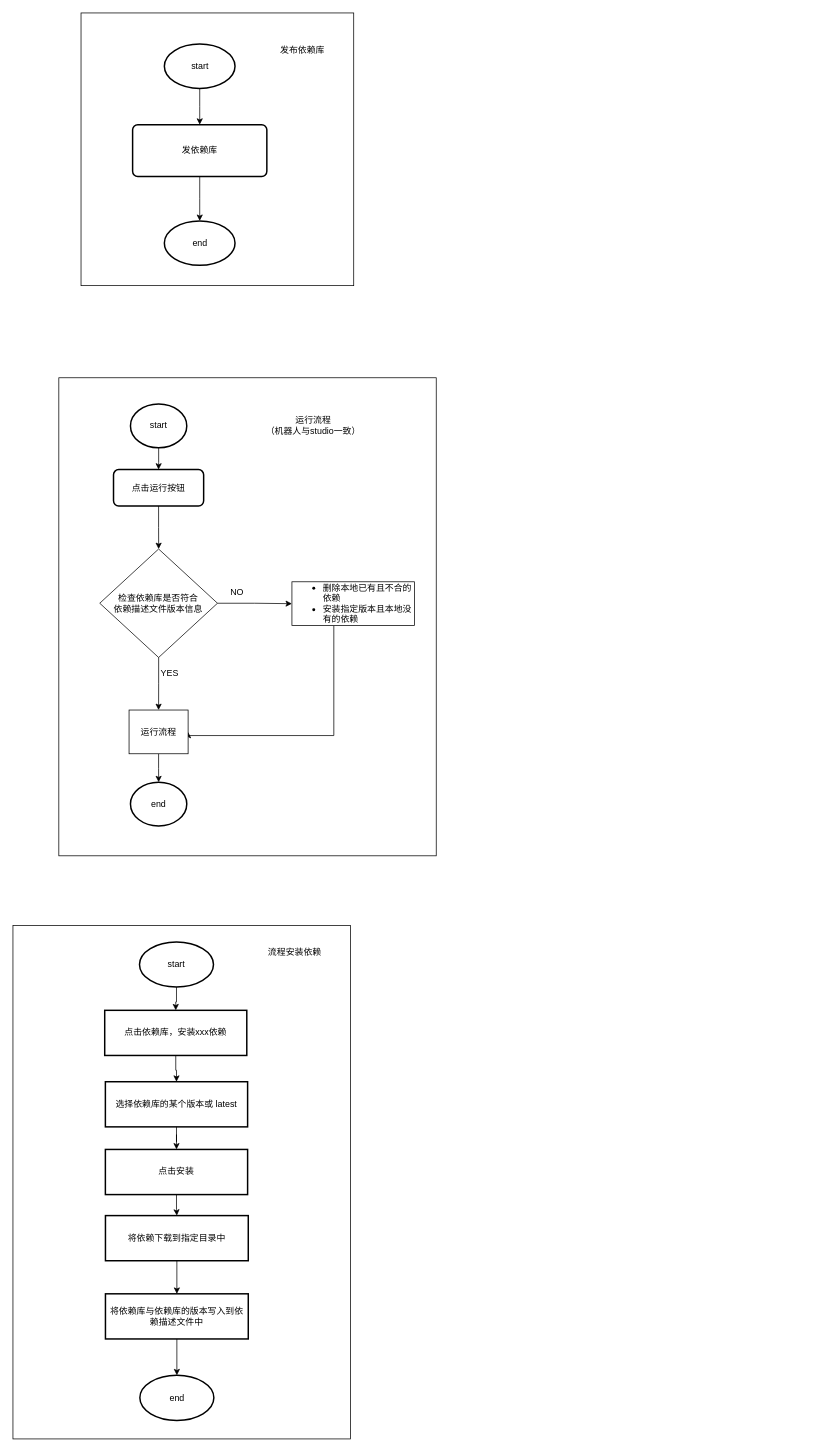
This is dg/交行依赖库更新流程.drawio from KevinBrother/draw, a draw.io file, before an edit. Source tidied: cells renumbered, new cells numbered last; positions are measured from the earlier drawing's top-left corner, leaving out a move shared by most shapes. Both pictures are drawn from the tidied source at 74%, with x=0, y=0 at pixel (13, 13).
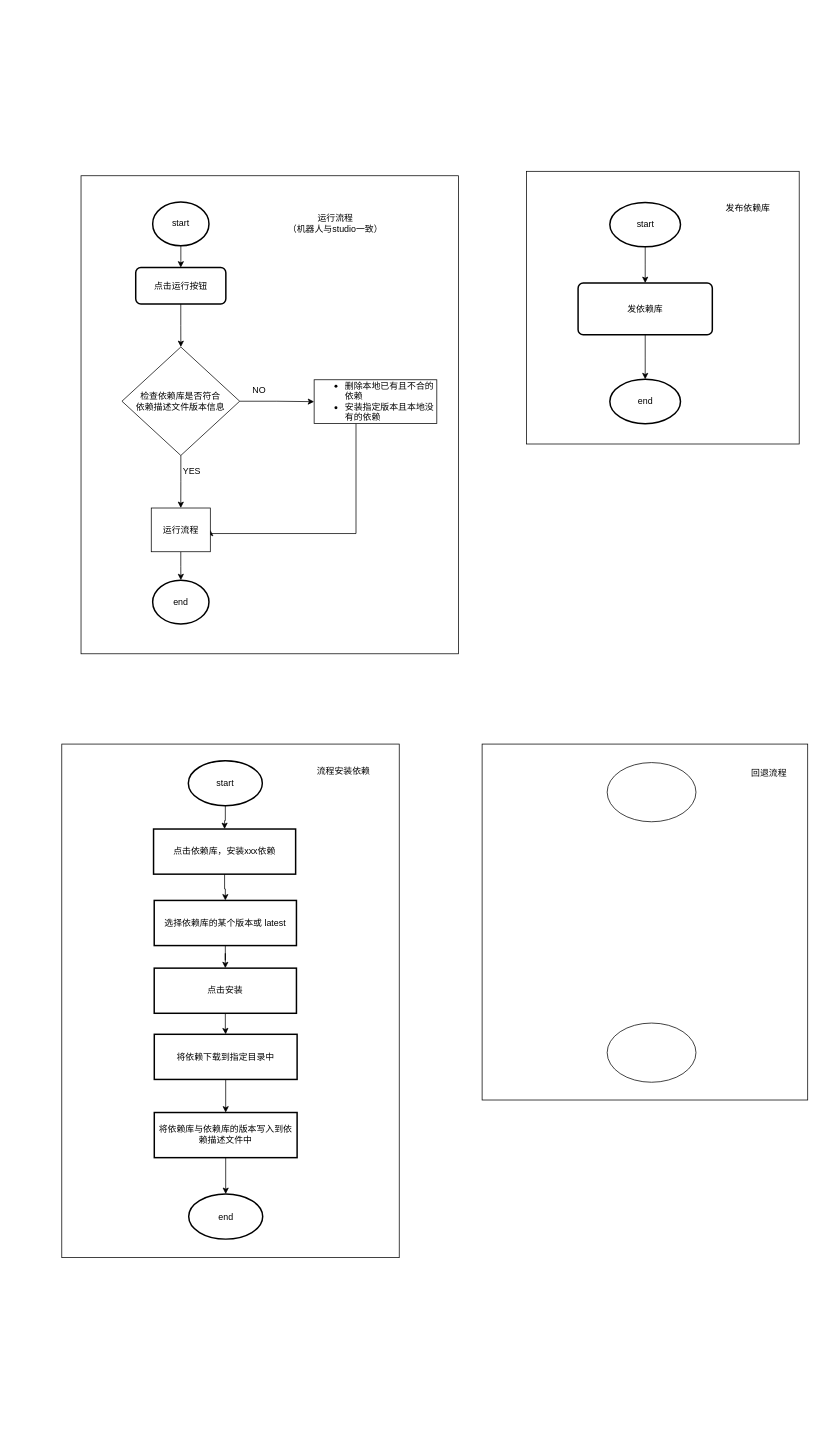
After the change.

Commit message (it also covers changes not shown here):
更新交行依赖库更新流程.drawio

What changed in the source:
```diff
@@
     <mxCell id="2" style="group;strokeColor=default;" parent="1" vertex="1">
-      <mxGeometry x="62" y="493" width="510" height="646" as="geometry" />
+      <mxGeometry x="92" y="220" width="510" height="646" as="geometry" />
     </mxCell>
@@
     <mxCell id="18" style="group;" parent="1" vertex="1">
-      <mxGeometry x="92" width="368.5" height="368.5" as="geometry" />
+      <mxGeometry x="694" y="214" width="368.5" height="368.5" as="geometry" />
     </mxCell>
@@
     <mxCell id="26" style="group;strokeColor=default;" parent="1" vertex="1">
-      <mxGeometry y="1233" width="456" height="694" as="geometry" />
+      <mxGeometry x="66" y="988" width="456" height="694" as="geometry" />
     </mxCell>
@@
+    <mxCell id="41" style="group;strokeColor=default;" parent="1" vertex="1">
+      <mxGeometry x="634" y="988" width="440" height="481" as="geometry" />
+    </mxCell>
+    <mxCell id="42" style="ellipse;whiteSpace=wrap;html=1;strokeColor=default;" parent="41" vertex="1">
+      <mxGeometry x="169" y="25" width="120" height="80" as="geometry" />
+    </mxCell>
+    <mxCell id="43" style="ellipse;whiteSpace=wrap;html=1;strokeColor=default;" parent="41" vertex="1">
+      <mxGeometry x="169" y="377" width="120" height="80" as="geometry" />
+    </mxCell>
+    <mxCell id="44" value="回退流程" style="text;html=1;strokeColor=none;fillColor=none;align=center;verticalAlign=middle;whiteSpace=wrap;rounded=0;" parent="41" vertex="1">
+      <mxGeometry x="358" y="25" width="60" height="30" as="geometry" />
+    </mxCell>
```
